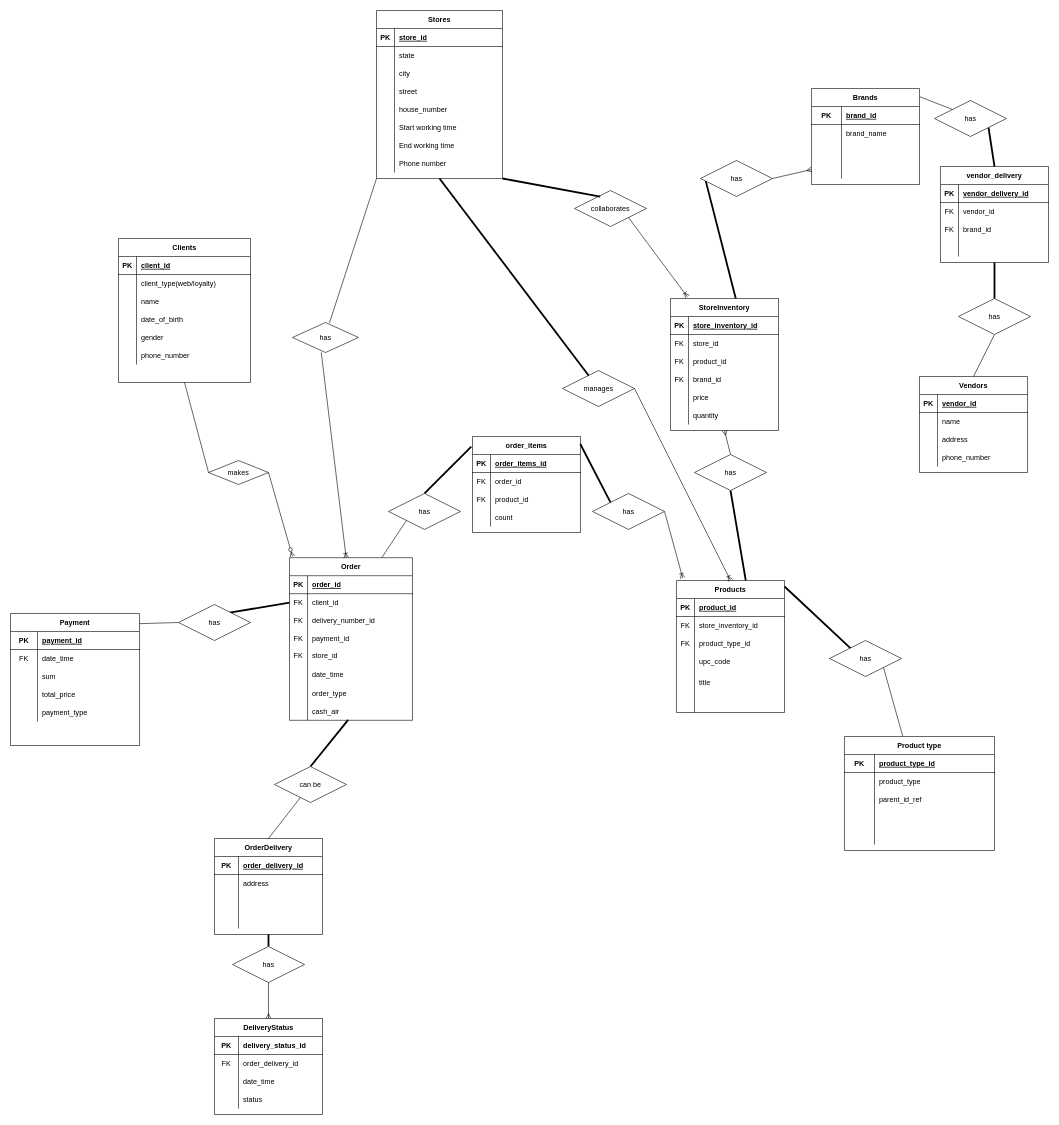
Earlier version of the draw.io diagram project Trader Joe's/final_version.drawio (Tokesh/Databases). Source tidied: cells renumbered, new cells numbered last; positions are measured from the earlier drawing's top-left corner, leaving out a move shared by most shapes. Both pictures are drawn from the tidied source at 60%, with x=0, y=0 at pixel (10, 10).
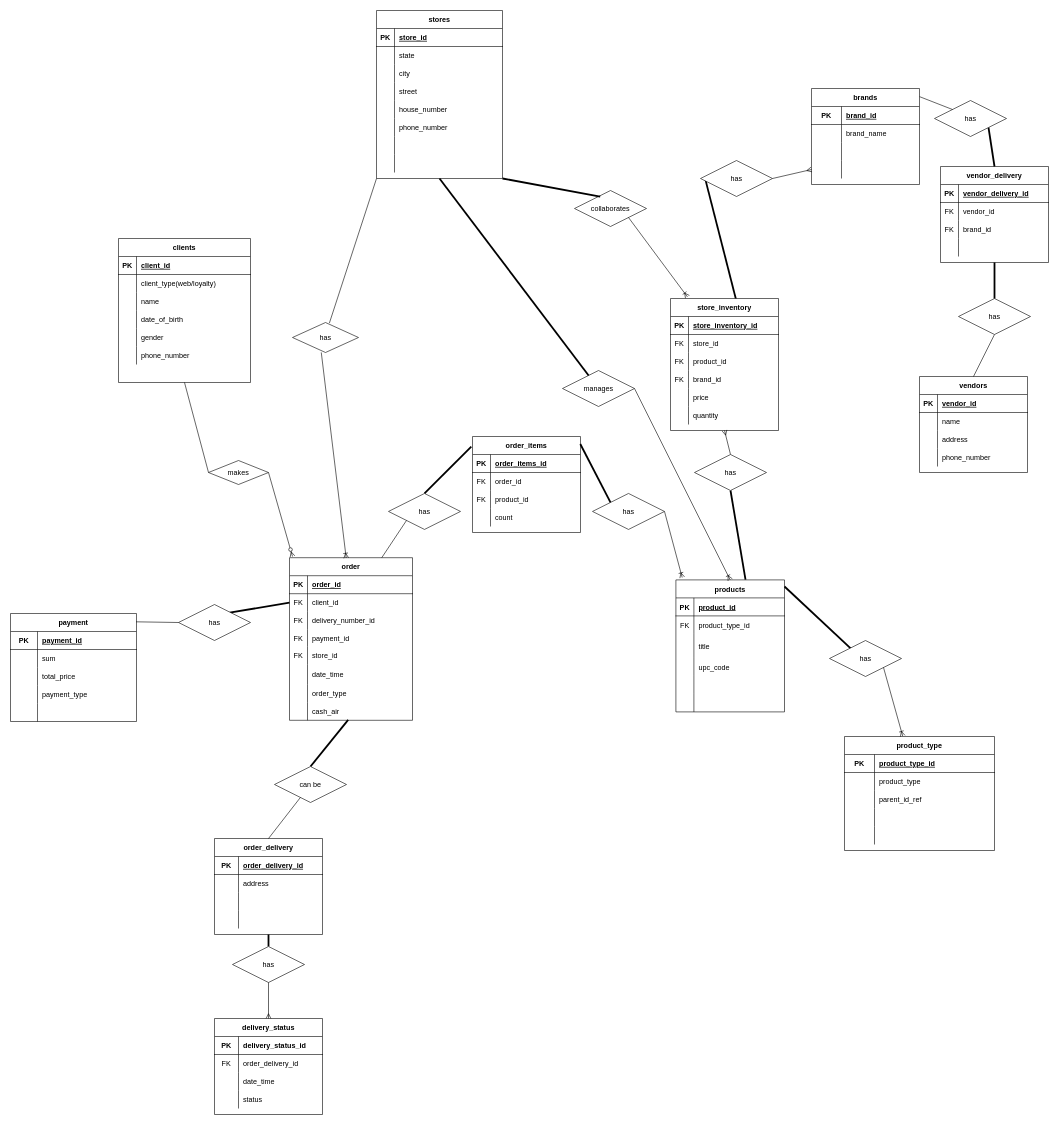
The same page after the edit.

The change refers to these unchanged cells:
```xml
<mxCell id="219" value="has" style="shape=rhombus;perimeter=rhombusPerimeter;whiteSpace=wrap;html=1;align=center;" parent="1" vertex="1">
  <mxGeometry x="1365" y="1050" width="120" height="60" as="geometry" />
</mxCell>
```

Change to the diagram source:
```diff
@@
-    <mxCell id="2" value="Products" style="shape=table;startSize=30;childLayout=tableLayout;rowLines=0;fontStyle=1;align=center;" parent="1" vertex="1">
-      <mxGeometry x="1110" y="950" width="180" height="220" as="geometry" />
+    <mxCell id="2" value="products" style="shape=table;startSize=30;childLayout=tableLayout;rowLines=0;fontStyle=1;align=center;" parent="1" vertex="1">
+      <mxGeometry x="1109" y="949" width="181" height="220" as="geometry" />
     </mxCell>
     <mxCell id="3" style="shape=partialRectangle;fillColor=none;top=0;left=0;bottom=1;right=0;" parent="2" vertex="1">
-      <mxGeometry y="30" width="180" height="30" as="geometry" />
+      <mxGeometry y="30" width="181" height="30" as="geometry" />
     </mxCell>
@@
     <mxCell id="5" value="product_id" style="shape=partialRectangle;fillColor=none;top=0;left=0;bottom=0;right=0;align=left;spacingLeft=6;fontStyle=5;overflow=hidden;" parent="3" vertex="1">
-      <mxGeometry x="30" width="150" height="30" as="geometry" />
+      <mxGeometry x="30" width="151" height="30" as="geometry" />
     </mxCell>
+    <mxCell id="9" style="shape=partialRectangle;fillColor=none;top=0;left=0;bottom=0;right=0;" parent="2" vertex="1">
+      <mxGeometry y="60" width="181" height="30" as="geometry" />
+    </mxCell>
+    <mxCell id="10" value="FK" style="shape=partialRectangle;fillColor=none;top=0;left=0;bottom=0;right=0;overflow=hidden;" parent="9" vertex="1">
+      <mxGeometry width="30" height="30" as="geometry" />
+    </mxCell>
+    <mxCell id="11" value="product_type_id" style="shape=partialRectangle;fillColor=none;top=0;left=0;bottom=0;right=0;align=left;spacingLeft=6;overflow=hidden;" parent="9" vertex="1">
+      <mxGeometry x="30" width="151" height="30" as="geometry" />
+    </mxCell>
+    <mxCell id="15" style="shape=partialRectangle;fillColor=none;top=0;left=0;bottom=0;right=0;" parent="2" vertex="1">
+      <mxGeometry y="90" width="181" height="40" as="geometry" />
+    </mxCell>
+    <mxCell id="16" style="shape=partialRectangle;fillColor=none;top=0;left=0;bottom=0;right=0;overflow=hidden;" parent="15" vertex="1">
+      <mxGeometry width="30" height="40" as="geometry" />
+    </mxCell>
+    <mxCell id="17" value="title" style="shape=partialRectangle;fillColor=none;top=0;left=0;bottom=0;right=0;align=left;spacingLeft=6;overflow=hidden;" parent="15" vertex="1">
+      <mxGeometry x="30" width="151" height="40" as="geometry" />
+    </mxCell>
+    <mxCell id="12" style="shape=partialRectangle;fillColor=none;top=0;left=0;bottom=0;right=0;" parent="2" vertex="1">
+      <mxGeometry y="130" width="181" height="30" as="geometry" />
+    </mxCell>
+    <mxCell id="13" style="shape=partialRectangle;fillColor=none;top=0;left=0;bottom=0;right=0;overflow=hidden;" parent="12" vertex="1">
+      <mxGeometry width="30" height="30" as="geometry" />
+    </mxCell>
+    <mxCell id="14" value="upc_code" style="shape=partialRectangle;fillColor=none;top=0;left=0;bottom=0;right=0;align=left;spacingLeft=6;overflow=hidden;" parent="12" vertex="1">
+      <mxGeometry x="30" width="151" height="30" as="geometry" />
+    </mxCell>
     <mxCell id="6" style="shape=partialRectangle;fillColor=none;top=0;left=0;bottom=0;right=0;" parent="2" vertex="1">
-      <mxGeometry y="60" width="180" height="30" as="geometry" />
+      <mxGeometry y="160" width="181" height="30" as="geometry" />
     </mxCell>
-    <mxCell id="7" value="FK" style="shape=partialRectangle;fillColor=none;top=0;left=0;bottom=0;right=0;overflow=hidden;" parent="6" vertex="1">
+    <mxCell id="7" style="shape=partialRectangle;fillColor=none;top=0;left=0;bottom=0;right=0;overflow=hidden;" parent="6" vertex="1">
       <mxGeometry width="30" height="30" as="geometry" />
     </mxCell>
-    <mxCell id="8" value="store_inventory_id" style="shape=partialRectangle;fillColor=none;top=0;left=0;bottom=0;right=0;align=left;spacingLeft=6;overflow=hidden;" parent="6" vertex="1">
-      <mxGeometry x="30" width="150" height="30" as="geometry" />
+    <mxCell id="8" style="shape=partialRectangle;fillColor=none;top=0;left=0;bottom=0;right=0;align=left;spacingLeft=6;overflow=hidden;" parent="6" vertex="1">
+      <mxGeometry x="30" width="151" height="30" as="geometry" />
     </mxCell>
-    <mxCell id="9" style="shape=partialRectangle;fillColor=none;top=0;left=0;bottom=0;right=0;" parent="2" vertex="1">
-      <mxGeometry y="90" width="180" height="30" as="geometry" />
-    </mxCell>
-    <mxCell id="10" value="FK" style="shape=partialRectangle;fillColor=none;top=0;left=0;bottom=0;right=0;overflow=hidden;" parent="9" vertex="1">
-      <mxGeometry width="30" height="30" as="geometry" />
-    </mxCell>
-    <mxCell id="11" value="product_type_id" style="shape=partialRectangle;fillColor=none;top=0;left=0;bottom=0;right=0;align=left;spacingLeft=6;overflow=hidden;" parent="9" vertex="1">
-      <mxGeometry x="30" width="150" height="30" as="geometry" />
-    </mxCell>
-    <mxCell id="12" style="shape=partialRectangle;fillColor=none;top=0;left=0;bottom=0;right=0;" parent="2" vertex="1">
-      <mxGeometry y="120" width="180" height="30" as="geometry" />
-    </mxCell>
-    <mxCell id="13" style="shape=partialRectangle;fillColor=none;top=0;left=0;bottom=0;right=0;overflow=hidden;" parent="12" vertex="1">
-      <mxGeometry width="30" height="30" as="geometry" />
-    </mxCell>
-    <mxCell id="14" value="upc_code" style="shape=partialRectangle;fillColor=none;top=0;left=0;bottom=0;right=0;align=left;spacingLeft=6;overflow=hidden;" parent="12" vertex="1">
-      <mxGeometry x="30" width="150" height="30" as="geometry" />
-    </mxCell>
-    <mxCell id="15" style="shape=partialRectangle;fillColor=none;top=0;left=0;bottom=0;right=0;" parent="2" vertex="1">
-      <mxGeometry y="150" width="180" height="40" as="geometry" />
-    </mxCell>
-    <mxCell id="16" style="shape=partialRectangle;fillColor=none;top=0;left=0;bottom=0;right=0;overflow=hidden;" parent="15" vertex="1">
-      <mxGeometry width="30" height="40" as="geometry" />
-    </mxCell>
-    <mxCell id="17" value="title" style="shape=partialRectangle;fillColor=none;top=0;left=0;bottom=0;right=0;align=left;spacingLeft=6;overflow=hidden;" parent="15" vertex="1">
-      <mxGeometry x="30" width="150" height="40" as="geometry" />
-    </mxCell>
     <mxCell id="18" style="shape=partialRectangle;fillColor=none;top=0;left=0;bottom=0;right=0;" parent="2" vertex="1">
-      <mxGeometry y="190" width="180" height="30" as="geometry" />
+      <mxGeometry y="190" width="181" height="30" as="geometry" />
     </mxCell>
@@
     <mxCell id="20" style="shape=partialRectangle;fillColor=none;top=0;left=0;bottom=0;right=0;align=left;spacingLeft=6;overflow=hidden;" parent="18" vertex="1">
-      <mxGeometry x="30" width="150" height="30" as="geometry" />
+      <mxGeometry x="30" width="151" height="30" as="geometry" />
     </mxCell>
-    <mxCell id="21" value="Clients" style="shape=table;startSize=30;childLayout=tableLayout;rowLines=0;fontStyle=1;align=center;" parent="1" vertex="1">
+    <mxCell id="21" value="clients" style="shape=table;startSize=30;childLayout=tableLayout;rowLines=0;fontStyle=1;align=center;" parent="1" vertex="1">
       <mxGeometry x="180" y="380" width="220" height="240" as="geometry" />
     </mxCell>
@@
-    <mxCell id="40" value="Product type" style="shape=table;startSize=30;childLayout=tableLayout;rowLines=0;fontStyle=1;align=center;" parent="1" vertex="1">
+    <mxCell id="40" value="product_type" style="shape=table;startSize=30;childLayout=tableLayout;rowLines=0;fontStyle=1;align=center;" parent="1" vertex="1">
       <mxGeometry x="1390" y="1210" width="250" height="190" as="geometry" />
     </mxCell>
@@
-    <mxCell id="56" value="Brands" style="shape=table;startSize=30;childLayout=tableLayout;rowLines=0;fontStyle=1;align=center;" parent="1" vertex="1">
+    <mxCell id="56" value="brands" style="shape=table;startSize=30;childLayout=tableLayout;rowLines=0;fontStyle=1;align=center;" parent="1" vertex="1">
       <mxGeometry x="1335" y="130" width="180" height="160" as="geometry" />
     </mxCell>
@@
-    <mxCell id="69" value="Order" style="shape=table;startSize=30;childLayout=tableLayout;rowLines=0;fontStyle=1;align=center;" parent="1" vertex="1">
+    <mxCell id="69" value="order" style="shape=table;startSize=30;childLayout=tableLayout;rowLines=0;fontStyle=1;align=center;" parent="1" vertex="1">
       <mxGeometry x="465" y="912" width="205" height="271" as="geometry" />
     </mxCell>
@@
-    <mxCell id="94" value="Stores" style="shape=table;startSize=30;childLayout=tableLayout;rowLines=0;fontStyle=1;align=center;" parent="1" vertex="1">
+    <mxCell id="94" value="stores" style="shape=table;startSize=30;childLayout=tableLayout;rowLines=0;fontStyle=1;align=center;" parent="1" vertex="1">
       <mxGeometry x="610" width="210" height="280" as="geometry" />
     </mxCell>
@@
+    <mxCell id="116" style="shape=partialRectangle;fillColor=none;top=0;left=0;bottom=0;right=0;" parent="94" vertex="1">
+      <mxGeometry y="180" width="210" height="30" as="geometry" />
+    </mxCell>
+    <mxCell id="117" style="shape=partialRectangle;fillColor=none;top=0;left=0;bottom=0;right=0;overflow=hidden;" parent="116" vertex="1">
+      <mxGeometry width="30" height="30" as="geometry" />
+    </mxCell>
+    <mxCell id="118" value="phone_number" style="shape=partialRectangle;fillColor=none;top=0;left=0;bottom=0;right=0;align=left;spacingLeft=6;overflow=hidden;" parent="116" vertex="1">
+      <mxGeometry x="30" width="180" height="30" as="geometry" />
+    </mxCell>
     <mxCell id="110" style="shape=partialRectangle;fillColor=none;top=0;left=0;bottom=0;right=0;" parent="94" vertex="1">
-      <mxGeometry y="180" width="210" height="30" as="geometry" />
+      <mxGeometry y="210" width="210" height="30" as="geometry" />
     </mxCell>
@@
-    <mxCell id="112" value="Start working time" style="shape=partialRectangle;fillColor=none;top=0;left=0;bottom=0;right=0;align=left;spacingLeft=6;overflow=hidden;" parent="110" vertex="1">
+    <mxCell id="112" style="shape=partialRectangle;fillColor=none;top=0;left=0;bottom=0;right=0;align=left;spacingLeft=6;overflow=hidden;" parent="110" vertex="1">
       <mxGeometry x="30" width="180" height="30" as="geometry" />
     </mxCell>
     <mxCell id="113" style="shape=partialRectangle;fillColor=none;top=0;left=0;bottom=0;right=0;" parent="94" vertex="1">
-      <mxGeometry y="210" width="210" height="30" as="geometry" />
+      <mxGeometry y="240" width="210" height="30" as="geometry" />
     </mxCell>
@@
-    <mxCell id="115" value="End working time" style="shape=partialRectangle;fillColor=none;top=0;left=0;bottom=0;right=0;align=left;spacingLeft=6;overflow=hidden;" parent="113" vertex="1">
+    <mxCell id="115" style="shape=partialRectangle;fillColor=none;top=0;left=0;bottom=0;right=0;align=left;spacingLeft=6;overflow=hidden;" parent="113" vertex="1">
       <mxGeometry x="30" width="180" height="30" as="geometry" />
     </mxCell>
-    <mxCell id="116" style="shape=partialRectangle;fillColor=none;top=0;left=0;bottom=0;right=0;" parent="94" vertex="1">
-      <mxGeometry y="240" width="210" height="30" as="geometry" />
-    </mxCell>
-    <mxCell id="117" style="shape=partialRectangle;fillColor=none;top=0;left=0;bottom=0;right=0;overflow=hidden;" parent="116" vertex="1">
-      <mxGeometry width="30" height="30" as="geometry" />
-    </mxCell>
-    <mxCell id="118" value="Phone number" style="shape=partialRectangle;fillColor=none;top=0;left=0;bottom=0;right=0;align=left;spacingLeft=6;overflow=hidden;" parent="116" vertex="1">
-      <mxGeometry x="30" width="180" height="30" as="geometry" />
-    </mxCell>
-    <mxCell id="119" value="OrderDelivery" style="shape=table;startSize=30;childLayout=tableLayout;rowLines=0;fontStyle=1;align=center;" parent="1" vertex="1">
+    <mxCell id="119" value="order_delivery" style="shape=table;startSize=30;childLayout=tableLayout;rowLines=0;fontStyle=1;align=center;" parent="1" vertex="1">
       <mxGeometry x="340" y="1380" width="180" height="160" as="geometry" />
     </mxCell>
@@
-    <mxCell id="132" value="Vendors" style="shape=table;startSize=30;childLayout=tableLayout;rowLines=0;fontStyle=1;align=center;" parent="1" vertex="1">
+    <mxCell id="132" value="vendors" style="shape=table;startSize=30;childLayout=tableLayout;rowLines=0;fontStyle=1;align=center;" parent="1" vertex="1">
       <mxGeometry x="1515" y="610" width="180" height="160" as="geometry" />
     </mxCell>
@@
-    <mxCell id="161" value="Payment" style="shape=table;startSize=30;childLayout=tableLayout;rowLines=0;fontStyle=1;align=center;" parent="1" vertex="1">
-      <mxGeometry y="1005" width="215" height="220" as="geometry" />
+    <mxCell id="161" value="payment" style="shape=table;startSize=30;childLayout=tableLayout;rowLines=0;fontStyle=1;align=center;" parent="1" vertex="1">
+      <mxGeometry y="1005" width="210" height="180" as="geometry" />
     </mxCell>
     <mxCell id="162" style="shape=partialRectangle;fillColor=none;top=0;left=0;bottom=1;right=0;" parent="161" vertex="1">
-      <mxGeometry y="30" width="215" height="30" as="geometry" />
+      <mxGeometry y="30" width="210" height="30" as="geometry" />
     </mxCell>
@@
     <mxCell id="164" value="payment_id" style="shape=partialRectangle;fillColor=none;top=0;left=0;bottom=0;right=0;align=left;spacingLeft=6;fontStyle=5;overflow=hidden;" parent="162" vertex="1">
-      <mxGeometry x="45" width="170" height="30" as="geometry" />
+      <mxGeometry x="45" width="165" height="30" as="geometry" />
     </mxCell>
-    <mxCell id="165" style="shape=partialRectangle;fillColor=none;top=0;left=0;bottom=0;right=0;" parent="161" vertex="1">
-      <mxGeometry y="60" width="215" height="30" as="geometry" />
-    </mxCell>
-    <mxCell id="166" value="FK" style="shape=partialRectangle;fillColor=none;top=0;left=0;bottom=0;right=0;overflow=hidden;" parent="165" vertex="1">
-      <mxGeometry width="45" height="30" as="geometry" />
-    </mxCell>
-    <mxCell id="167" value="date_time" style="shape=partialRectangle;fillColor=none;top=0;left=0;bottom=0;right=0;align=left;spacingLeft=6;overflow=hidden;" parent="165" vertex="1">
-      <mxGeometry x="45" width="170" height="30" as="geometry" />
-    </mxCell>
     <mxCell id="168" style="shape=partialRectangle;fillColor=none;top=0;left=0;bottom=0;right=0;" parent="161" vertex="1">
-      <mxGeometry y="90" width="215" height="30" as="geometry" />
+      <mxGeometry y="60" width="210" height="30" as="geometry" />
     </mxCell>
@@
     <mxCell id="170" value="sum" style="shape=partialRectangle;fillColor=none;top=0;left=0;bottom=0;right=0;align=left;spacingLeft=6;overflow=hidden;" parent="168" vertex="1">
-      <mxGeometry x="45" width="170" height="30" as="geometry" />
+      <mxGeometry x="45" width="165" height="30" as="geometry" />
     </mxCell>
     <mxCell id="171" style="shape=partialRectangle;fillColor=none;top=0;left=0;bottom=0;right=0;" parent="161" vertex="1">
-      <mxGeometry y="120" width="215" height="30" as="geometry" />
+      <mxGeometry y="90" width="210" height="30" as="geometry" />
     </mxCell>
@@
     <mxCell id="173" value="total_price" style="shape=partialRectangle;fillColor=none;top=0;left=0;bottom=0;right=0;align=left;spacingLeft=6;overflow=hidden;" parent="171" vertex="1">
-      <mxGeometry x="45" width="170" height="30" as="geometry" />
+      <mxGeometry x="45" width="165" height="30" as="geometry" />
     </mxCell>
     <mxCell id="174" style="shape=partialRectangle;fillColor=none;top=0;left=0;bottom=0;right=0;" parent="161" vertex="1">
-      <mxGeometry y="150" width="215" height="30" as="geometry" />
+      <mxGeometry y="120" width="210" height="30" as="geometry" />
     </mxCell>
@@
     <mxCell id="176" value="payment_type" style="shape=partialRectangle;fillColor=none;top=0;left=0;bottom=0;right=0;align=left;spacingLeft=6;overflow=hidden;" parent="174" vertex="1">
-      <mxGeometry x="45" width="170" height="30" as="geometry" />
+      <mxGeometry x="45" width="165" height="30" as="geometry" />
     </mxCell>
+    <mxCell id="165" style="shape=partialRectangle;fillColor=none;top=0;left=0;bottom=0;right=0;" parent="161" vertex="1">
+      <mxGeometry y="150" width="210" height="30" as="geometry" />
+    </mxCell>
+    <mxCell id="166" style="shape=partialRectangle;fillColor=none;top=0;left=0;bottom=0;right=0;overflow=hidden;" parent="165" vertex="1">
+      <mxGeometry width="45" height="30" as="geometry" />
+    </mxCell>
+    <mxCell id="167" style="shape=partialRectangle;fillColor=none;top=0;left=0;bottom=0;right=0;align=left;spacingLeft=6;overflow=hidden;" parent="165" vertex="1">
+      <mxGeometry x="45" width="165" height="30" as="geometry" />
+    </mxCell>
@@
-    <mxCell id="180" value="DeliveryStatus" style="shape=table;startSize=30;childLayout=tableLayout;rowLines=0;fontStyle=1;align=center;" parent="1" vertex="1">
+    <mxCell id="180" value="delivery_status" style="shape=table;startSize=30;childLayout=tableLayout;rowLines=0;fontStyle=1;align=center;" parent="1" vertex="1">
       <mxGeometry x="340" y="1680" width="180" height="160" as="geometry" />
     </mxCell>
@@
-    <mxCell id="193" value="StoreInventory" style="shape=table;startSize=30;childLayout=tableLayout;rowLines=0;fontStyle=1;align=center;" parent="1" vertex="1">
+    <mxCell id="193" value="store_inventory" style="shape=table;startSize=30;childLayout=tableLayout;rowLines=0;fontStyle=1;align=center;" parent="1" vertex="1">
       <mxGeometry x="1100" y="480" width="180" height="220" as="geometry" />
     </mxCell>
@@
-    <mxCell id="220" style="endArrow=none;html=1;rounded=0;strokeWidth=1;exitX=0.388;exitY=-0.004;exitDx=0;exitDy=0;entryX=1;entryY=1;entryDx=0;entryDy=0;exitPerimeter=0;" parent="1" edge="1" source="40" target="219">
+    <mxCell id="220" style="endArrow=none;html=1;rounded=0;strokeWidth=1;exitX=0.388;exitY=-0.004;exitDx=0;exitDy=0;entryX=1;entryY=1;entryDx=0;entryDy=0;exitPerimeter=0;endFill=0;startArrow=ERoneToMany;startFill=0;" parent="1" edge="1" source="40" target="219">
       <mxGeometry relative="1" as="geometry" />
     </mxCell>
```
